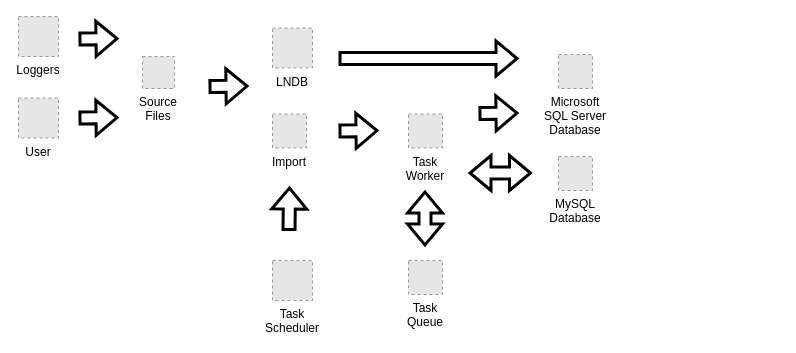
The draw.io diagram assets/images/2023-12-04-struggling-to-sync-sensors-and-databases/source-files-to-mssql-database.drawio in rdmolony/rdmolony.github.io, before the edit. Source tidied: cells renumbered, new cells numbered last; positions are measured from the earlier drawing's top-left corner, leaving out a move shared by most shapes. Both pictures are drawn from the tidied source at 100%, with x=0, y=0 at pixel (18, 16). Pictures stored in the file or linked from it are replaced by grey dashed boxes.
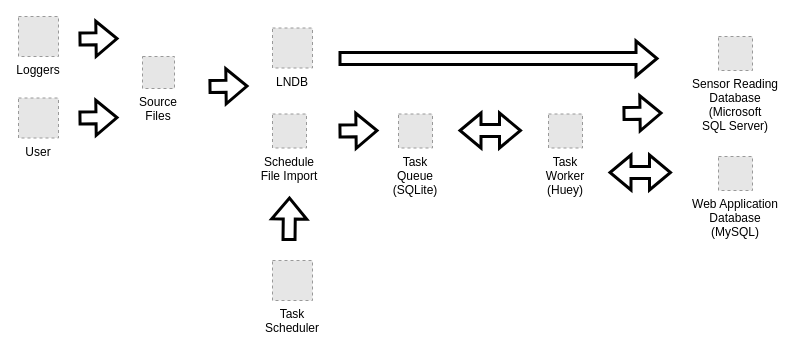
After the change.

The edit, as a diff of the source:
```diff
@@
-    <mxCell id="6" value="Import" style="fillColor=#E6E6E6;strokeColor=#999999;dashed=1;verticalLabelPosition=bottom;labelBackgroundColor=default;verticalAlign=top;" parent="1" vertex="1">
+    <mxCell id="6" value="Schedule&#10;File Import" style="fillColor=#E6E6E6;strokeColor=#999999;dashed=1;verticalLabelPosition=bottom;labelBackgroundColor=default;verticalAlign=top;" parent="1" vertex="1">
       <mxGeometry x="254" y="97.5" width="34" height="34" as="geometry" />
     </mxCell>
@@
-    <mxCell id="8" value="Microsoft&#10;SQL Server&#10;Database" style="fillColor=#E6E6E6;strokeColor=#999999;dashed=1;verticalLabelPosition=bottom;labelBackgroundColor=default;verticalAlign=top;" parent="1" vertex="1">
-      <mxGeometry x="540" y="38" width="34" height="34" as="geometry" />
+    <mxCell id="8" value="Sensor Reading&#10;Database&#10;(Microsoft&#10;SQL Server)" style="fillColor=#E6E6E6;strokeColor=#999999;dashed=1;verticalLabelPosition=bottom;labelBackgroundColor=default;verticalAlign=top;" parent="1" vertex="1">
+      <mxGeometry x="700" y="20" width="34" height="34" as="geometry" />
     </mxCell>
-    <mxCell id="9" value="MySQL&#10;Database" style="fillColor=#E6E6E6;strokeColor=#999999;dashed=1;verticalLabelPosition=bottom;labelBackgroundColor=default;verticalAlign=top;" parent="1" vertex="1">
-      <mxGeometry x="540" y="140" width="34" height="34" as="geometry" />
+    <mxCell id="9" value="Web Application&#10;Database&#10;(MySQL)" style="fillColor=#E6E6E6;strokeColor=#999999;dashed=1;verticalLabelPosition=bottom;labelBackgroundColor=default;verticalAlign=top;" parent="1" vertex="1">
+      <mxGeometry x="700" y="140" width="34" height="34" as="geometry" />
     </mxCell>
     <mxCell id="10" style="shape=flexArrow;endArrow=classic;html=1;rounded=0;strokeWidth=3;" parent="1" edge="1">
       <mxGeometry relative="1" as="geometry">
         <mxPoint x="320" y="42" as="sourcePoint" />
-        <mxPoint x="500" y="42" as="targetPoint" />
+        <mxPoint x="640" y="42" as="targetPoint" />
       </mxGeometry>
     </mxCell>
@@
     <mxCell id="15" style="shape=flexArrow;endArrow=classic;html=1;rounded=0;strokeWidth=3;exitX=0.5;exitY=1;exitDx=0;exitDy=0;" parent="1" edge="1">
       <mxGeometry relative="1" as="geometry">
-        <mxPoint x="270.5" y="214.5" as="sourcePoint" />
-        <mxPoint x="271" y="170" as="targetPoint" />
+        <mxPoint x="270.5" y="224.5" as="sourcePoint" />
+        <mxPoint x="271" y="180" as="targetPoint" />
       </mxGeometry>
     </mxCell>
-    <mxCell id="16" value="Task&#10;Worker" style="fillColor=#E6E6E6;strokeColor=#999999;dashed=1;verticalLabelPosition=bottom;labelBackgroundColor=default;verticalAlign=top;" parent="1" vertex="1">
-      <mxGeometry x="390" y="97.5" width="34" height="34" as="geometry" />
+    <mxCell id="16" value="Task&#10;Worker&#10;(Huey)" style="fillColor=#E6E6E6;strokeColor=#999999;dashed=1;verticalLabelPosition=bottom;labelBackgroundColor=default;verticalAlign=top;" parent="1" vertex="1">
+      <mxGeometry x="530" y="97.5" width="34" height="34" as="geometry" />
     </mxCell>
-    <mxCell id="17" value="Task&#10;Queue" style="fillColor=#E6E6E6;strokeColor=#999999;dashed=1;verticalLabelPosition=bottom;labelBackgroundColor=default;verticalAlign=top;" parent="1" vertex="1">
-      <mxGeometry x="390" y="244" width="34" height="34" as="geometry" />
+    <mxCell id="17" value="Task&#10;Queue&#10;(SQLite)" style="fillColor=#E6E6E6;strokeColor=#999999;dashed=1;verticalLabelPosition=bottom;labelBackgroundColor=default;verticalAlign=top;" parent="1" vertex="1">
+      <mxGeometry x="380" y="97.5" width="34" height="34" as="geometry" />
     </mxCell>
-    <mxCell id="18" style="shape=flexArrow;endArrow=classic;startArrow=classic;html=1;rounded=0;strokeWidth=3;" parent="1" edge="1">
-      <mxGeometry relative="1" as="geometry">
-        <mxPoint x="406.5" y="174" as="sourcePoint" />
-        <mxPoint x="406.5" y="230" as="targetPoint" />
-      </mxGeometry>
-    </mxCell>
     <mxCell id="19" style="shape=flexArrow;endArrow=classic;html=1;rounded=0;strokeWidth=3;" parent="1" edge="1">
       <mxGeometry relative="1" as="geometry">
-        <mxPoint x="460" y="97" as="sourcePoint" />
-        <mxPoint x="500" y="96.5" as="targetPoint" />
+        <mxPoint x="604" y="97" as="sourcePoint" />
+        <mxPoint x="644" y="96.5" as="targetPoint" />
       </mxGeometry>
     </mxCell>
     <mxCell id="20" style="shape=flexArrow;endArrow=classic;startArrow=classic;html=1;rounded=0;strokeWidth=3;" parent="1" edge="1">
       <mxGeometry relative="1" as="geometry">
-        <mxPoint x="450" y="156.5" as="sourcePoint" />
-        <mxPoint x="513.5" y="156.5" as="targetPoint" />
+        <mxPoint x="590" y="156" as="sourcePoint" />
+        <mxPoint x="653.5" y="156" as="targetPoint" />
       </mxGeometry>
     </mxCell>
+    <mxCell id="21" style="shape=flexArrow;endArrow=classic;startArrow=classic;html=1;rounded=0;strokeWidth=3;" parent="1" edge="1">
+      <mxGeometry relative="1" as="geometry">
+        <mxPoint x="440" y="114" as="sourcePoint" />
+        <mxPoint x="503.5" y="114" as="targetPoint" />
+      </mxGeometry>
+    </mxCell>
```
